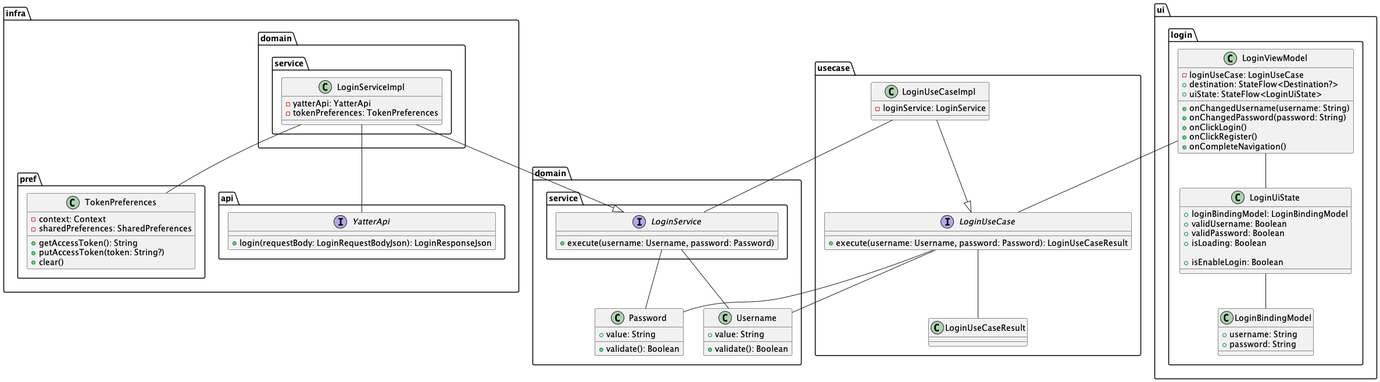
This is Yatter/image/3/login_class.png from suzukibelltree/Yatter2025-Internship, a PlantUML export, as it was before one commit.
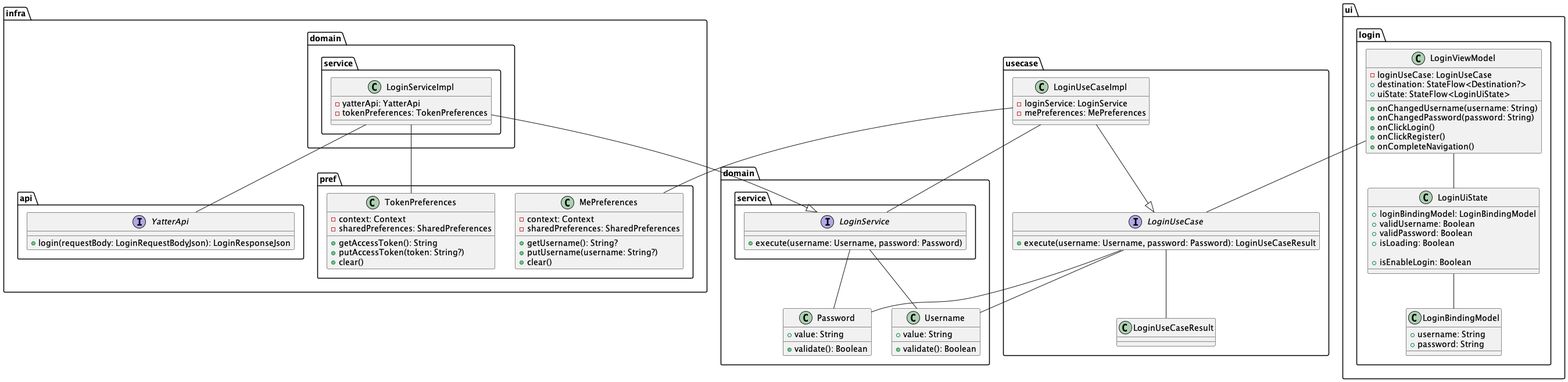
After the change.

What changed in the source:
```diff
@@ -27,6 +27,13 @@
       + putAccessToken(token: String?)
       + clear()
     }
+    class MePreferences {
+      - context: Context
+      - sharedPreferences: SharedPreferences
+      + getUsername(): String?
+      + putUsername(username: String?)
+      + clear()
+    }
   }
 
   package domain {
@@ -52,6 +59,7 @@
 
   class LoginUseCaseImpl {
     - loginService: LoginService
+    - mePreferences: MePreferences
   }
 
   class LoginUseCaseResult {
@@ -95,6 +103,7 @@
 LoginUiState -- LoginBindingModel
 
 LoginUseCaseImpl -- LoginService
+LoginUseCaseImpl -- MePreferences
 LoginUseCaseImpl --|> LoginUseCase
 
 LoginUseCase -- LoginUseCaseResult
```
